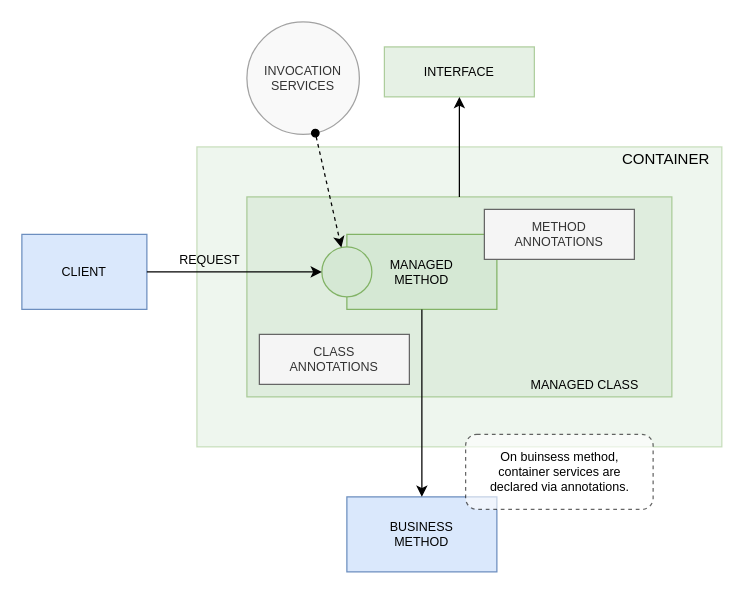
Earlier version of the draw.io diagram page "Method Invocation" (9 of 12) of docs/container.drawio (js-lib-com/tiny-container). Source tidied: cells renumbered, new cells numbered last; positions are measured from the earlier drawing's top-left corner, leaving out a move shared by most shapes. Both pictures are drawn from the tidied source at 125%, with x=0, y=0 at pixel (21, 21).
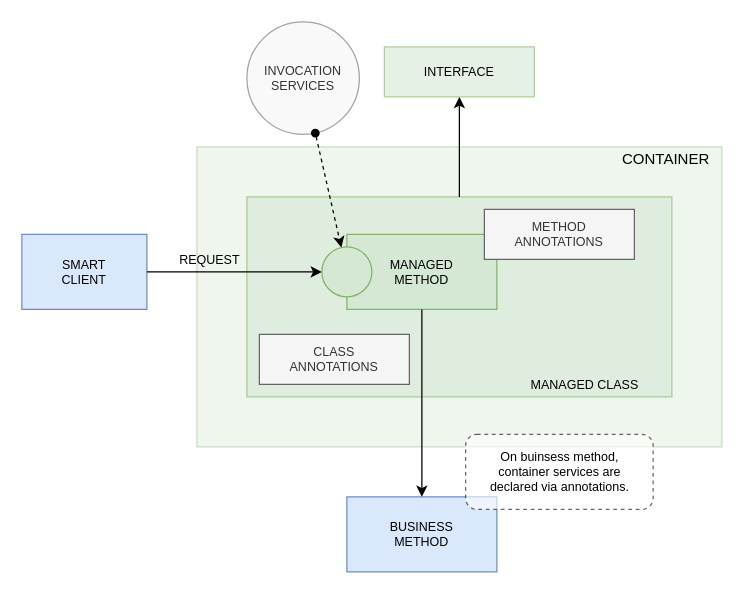
The same diagram, later.

Change to the diagram source:
```diff
@@
 <mxGraphModel>
   <root>
     <mxCell id="0" />
     <mxCell id="1" parent="0" />
     <mxCell id="2" style="rounded=0;whiteSpace=wrap;html=1;fillColor=#d5e8d4;strokeColor=#82b366;opacity=40;" parent="1" vertex="1">
       <mxGeometry x="140" y="100" width="420" height="240" as="geometry" />
     </mxCell>
-    <mxCell id="3" value="CLIENT" style="rounded=0;whiteSpace=wrap;html=1;fillColor=#dae8fc;strokeColor=#6c8ebf;fontSize=10;" parent="1" vertex="1">
+    <mxCell id="3" value="SMART&lt;br&gt;CLIENT" style="rounded=0;whiteSpace=wrap;html=1;fillColor=#dae8fc;strokeColor=#6c8ebf;fontSize=10;" parent="1" vertex="1">
       <mxGeometry y="170" width="100" height="60" as="geometry" />
     </mxCell>
     <mxCell id="4" value="CONTAINER" style="text;html=1;align=center;verticalAlign=middle;strokeColor=none;fillColor=none;" parent="1" vertex="1">
       <mxGeometry x="470" y="100" width="90" height="20" as="geometry" />
     </mxCell>
     <mxCell id="5" style="rounded=0;whiteSpace=wrap;html=1;opacity=60;fillColor=#d5e8d4;strokeColor=#82b366;" parent="1" vertex="1">
       <mxGeometry x="180" y="140" width="340" height="160" as="geometry" />
     </mxCell>
     <mxCell id="6" value="MANAGED&lt;br&gt;METHOD" style="rounded=0;whiteSpace=wrap;html=1;fillColor=#d5e8d4;strokeColor=#82b366;fontSize=10;" parent="1" vertex="1">
       <mxGeometry x="260" y="170" width="120" height="60" as="geometry" />
     </mxCell>
     <mxCell id="7" style="ellipse;whiteSpace=wrap;html=1;fillColor=#d5e8d4;strokeColor=#82b366;" parent="1" vertex="1">
       <mxGeometry x="240" y="180" width="40" height="40" as="geometry" />
     </mxCell>
     <mxCell id="8" value="INTERFACE" style="rounded=0;whiteSpace=wrap;html=1;fillColor=#d5e8d4;strokeColor=#82b366;opacity=60;fontSize=10;" parent="1" vertex="1">
       <mxGeometry x="290" y="20" width="120" height="40" as="geometry" />
     </mxCell>
     <mxCell id="9" style="endArrow=classic;html=1;" parent="1" edge="1" source="5" target="8">
       <mxGeometry relative="1" as="geometry" />
     </mxCell>
     <mxCell id="10" value="REQUEST" style="text;html=1;align=center;verticalAlign=middle;strokeColor=none;fillColor=none;fontSize=10;" parent="1" vertex="1">
       <mxGeometry x="120" y="180" width="60" height="20" as="geometry" />
     </mxCell>
     <mxCell id="11" style="edgeStyle=orthogonalEdgeStyle;rounded=0;jettySize=auto;html=1;exitX=1;exitY=0.5;exitDx=0;exitDy=0;endArrow=classic;endFill=1;" parent="1" edge="1" source="3" target="7">
       <mxGeometry relative="1" as="geometry" />
     </mxCell>
     <mxCell id="12" value="METHOD&lt;br&gt;ANNOTATIONS" style="rounded=0;whiteSpace=wrap;html=1;fontSize=10;fillColor=#f5f5f5;strokeColor=#666666;fontColor=#333333;" parent="1" vertex="1">
       <mxGeometry x="370" y="150" width="120" height="40" as="geometry" />
     </mxCell>
     <mxCell id="13" value="CLASS&lt;br&gt;ANNOTATIONS" style="rounded=0;whiteSpace=wrap;html=1;fontSize=10;fillColor=#f5f5f5;strokeColor=#666666;fontColor=#333333;" parent="1" vertex="1">
       <mxGeometry x="190" y="250" width="120" height="40" as="geometry" />
     </mxCell>
     <mxCell id="14" value="MANAGED CLASS" style="text;html=1;align=center;verticalAlign=middle;strokeColor=none;fillColor=none;fontSize=10;fontColor=default;" parent="1" vertex="1">
       <mxGeometry x="400" y="280" width="100" height="20" as="geometry" />
     </mxCell>
     <mxCell id="15" value="BUSINESS&lt;br&gt;METHOD" style="rounded=0;whiteSpace=wrap;html=1;fontSize=10;strokeColor=#6c8ebf;verticalAlign=middle;fillColor=#dae8fc;" parent="1" vertex="1">
       <mxGeometry x="260" y="380" width="120" height="60" as="geometry" />
     </mxCell>
     <mxCell id="16" style="endArrow=classic;html=1;startArrow=none;startFill=0;endFill=1;" parent="1" edge="1" source="6" target="15">
       <mxGeometry relative="1" as="geometry" />
     </mxCell>
     <mxCell id="17" value="On buinsess method, &lt;br&gt;container services are &lt;br&gt;declared via annotations." style="text;html=1;align=center;verticalAlign=middle;fontSize=10;spacing=10;labelBorderColor=none;dashed=1;fillColor=default;strokeColor=default;rounded=1;opacity=60;" parent="1" vertex="1">
       <mxGeometry x="355" y="330" width="150" height="60" as="geometry" />
     </mxCell>
     <mxCell id="18" value="INVOCATION&lt;br&gt;SERVICES" style="ellipse;whiteSpace=wrap;html=1;rounded=1;fontSize=10;fontColor=#333333;strokeColor=#666666;fillColor=#f5f5f5;verticalAlign=middle;spacing=0;opacity=60;" parent="1" vertex="1">
       <mxGeometry x="180" width="90" height="90" as="geometry" />
     </mxCell>
     <mxCell id="19" style="endArrow=classic;dashed=1;html=1;startArrow=oval;startFill=1;endFill=1;" parent="1" edge="1" source="18" target="7">
       <mxGeometry relative="1" as="geometry" />
     </mxCell>
   </root>
 </mxGraphModel>
```
